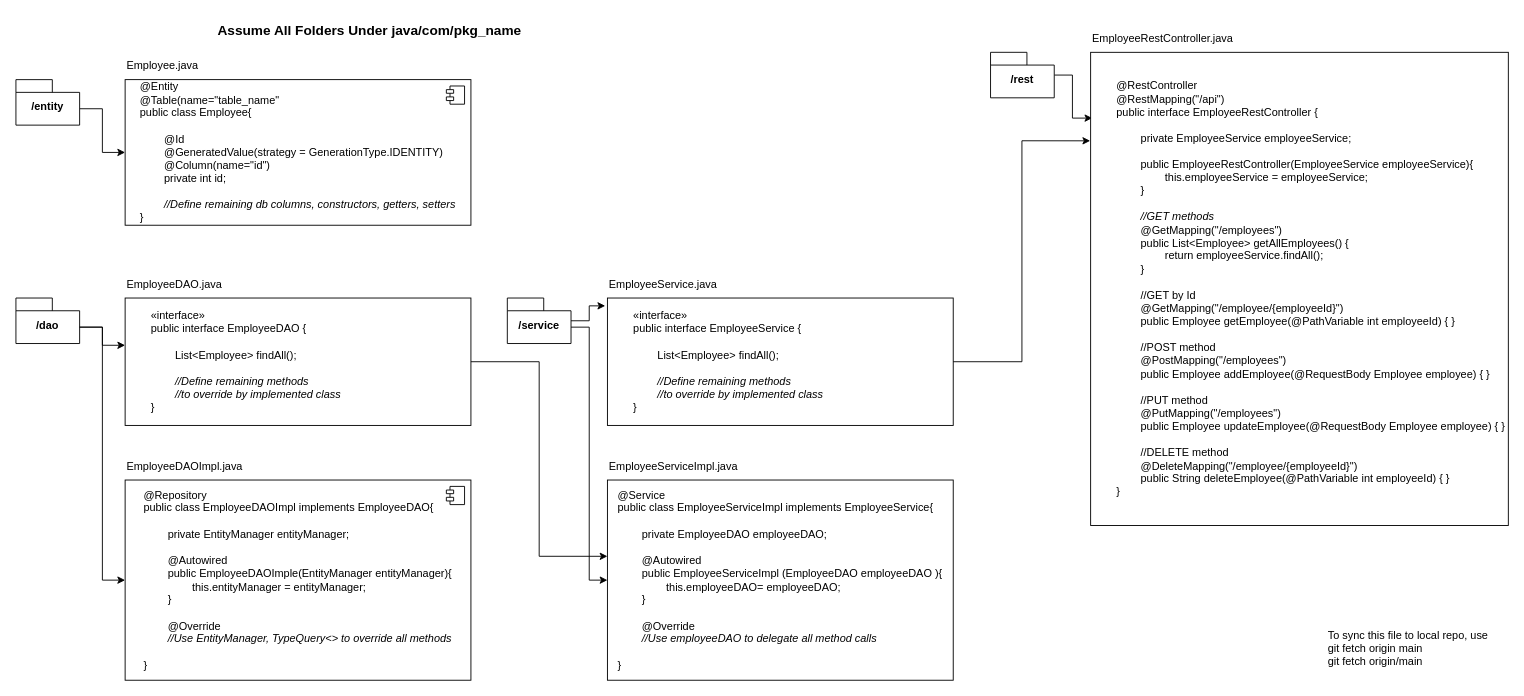
Above: diagrams/SpringRESTArchitecture.drawio in zinmyintnaung/spring-boot (draw.io), before the change. Source tidied: cells renumbered, new cells numbered last; positions are measured from the earlier drawing's top-left corner, leaving out a move shared by most shapes. Both pictures are drawn from the tidied source at 91%, with x=0, y=0 at pixel (15, 15).
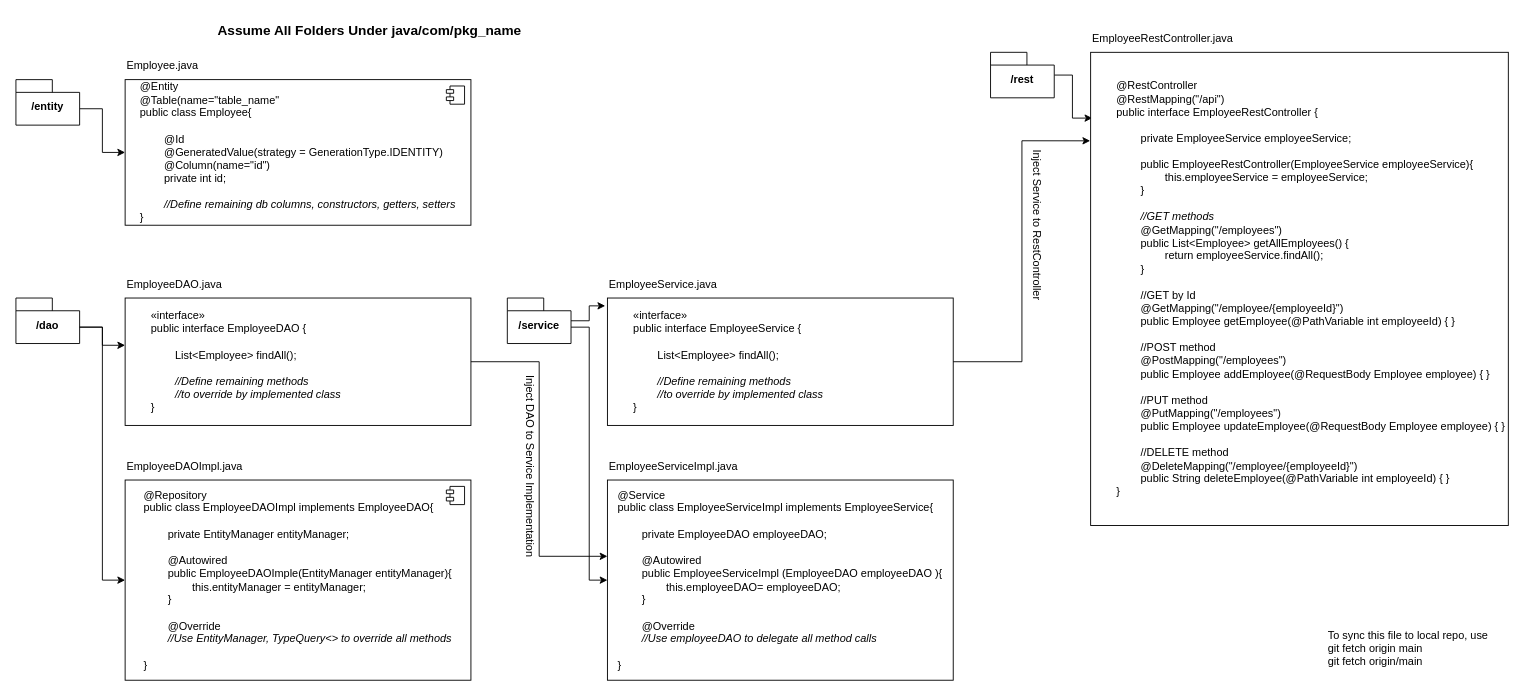
Above is the later version.

What changed in the source:
```diff
@@
+    <mxCell id="30" value="Inject DAO to Service Implementation" style="text;strokeColor=none;align=center;fillColor=none;html=1;verticalAlign=middle;whiteSpace=wrap;rounded=0;direction=east;flipV=0;flipH=0;rotation=90;" parent="1" vertex="1">
+      <mxGeometry x="430" y="475" width="270" height="40" as="geometry" />
+    </mxCell>
+    <mxCell id="31" value="Inject Service to RestController" style="text;strokeColor=none;align=center;fillColor=none;html=1;verticalAlign=middle;whiteSpace=wrap;rounded=0;direction=east;flipV=0;flipH=0;rotation=90;" parent="1" vertex="1">
+      <mxGeometry x="1030" y="210" width="185" height="40" as="geometry" />
+    </mxCell>
```
